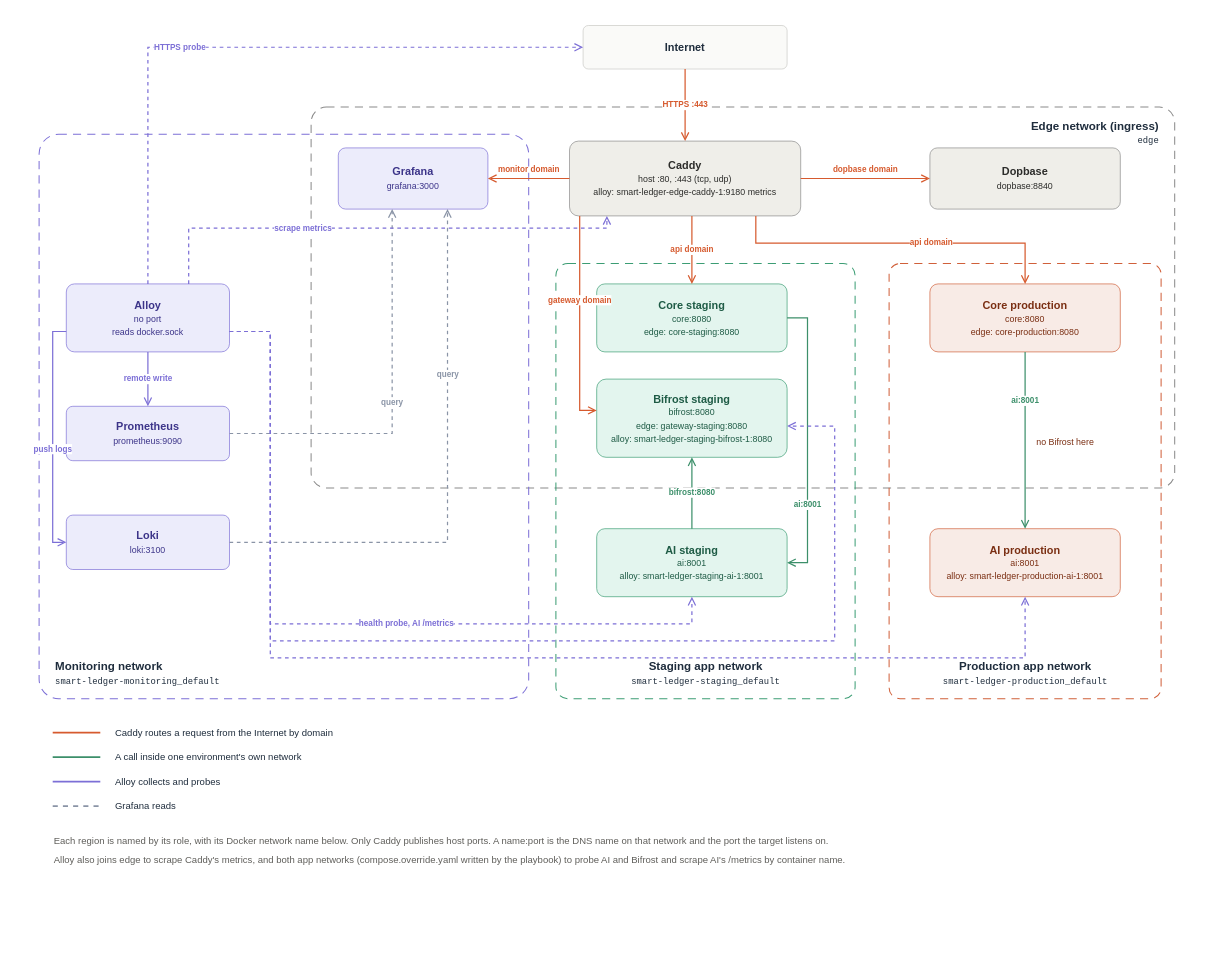
Before: docs/architecture/diagrams/src/vps-network.drawio in miphu2804/smart-ledger, a draw.io diagram. Source tidied: cells renumbered, new cells numbered last; positions are measured from the earlier drawing's top-left corner, leaving out a move shared by most shapes. Both pictures are drawn from the tidied source at 68%, with x=0, y=0 at pixel (12, 12).
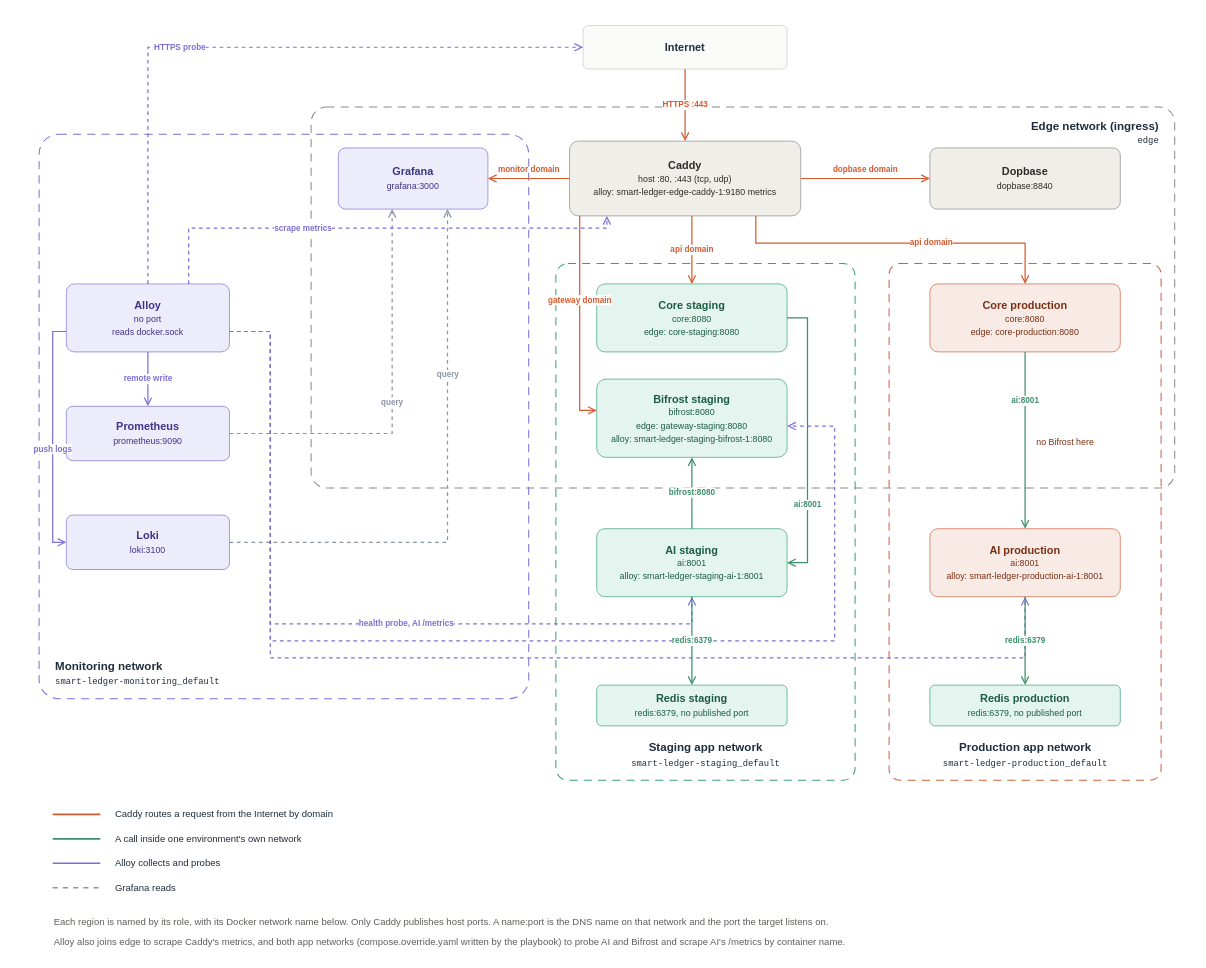
Above is the later version.

Commit message (it also covers changes not shown here):
feat(deploy): run redis in each app stack

The change refers to these unchanged cells:
```xml
<mxCell id="16" value="&lt;b&gt;AI staging&lt;/b&gt;&lt;br&gt;&lt;span style=&quot;font-size:13px;font-weight:normal&quot;&gt;ai:8001&lt;/span&gt;&lt;br&gt;&lt;span style=&quot;font-size:13px;font-weight:normal&quot;&gt;alloy: smart-ledger-staging-ai-1:8001&lt;/span&gt;" style="rounded=1;arcSize=12;html=1;whiteSpace=wrap;fillColor=#e3f5ee;strokeColor=#3c9d74;fontColor=#1e5b45;fontSize=16;" parent="1" vertex="1">
  <mxGeometry x="860" y="760" width="280" height="100" as="geometry" />
</mxCell>
<mxCell id="19" value="&lt;b&gt;AI production&lt;/b&gt;&lt;br&gt;&lt;span style=&quot;font-size:13px;font-weight:normal&quot;&gt;ai:8001&lt;/span&gt;&lt;br&gt;&lt;span style=&quot;font-size:13px;font-weight:normal&quot;&gt;alloy: smart-ledger-production-ai-1:8001&lt;/span&gt;" style="rounded=1;arcSize=12;html=1;whiteSpace=wrap;fillColor=#f8ebe6;strokeColor=#d0603a;fontColor=#7a2e12;fontSize=16;" parent="1" vertex="1">
  <mxGeometry x="1350" y="760" width="280" height="100" as="geometry" />
</mxCell>
```

Change to the diagram source:
```diff
@@
     <mxCell id="2" style="rounded=0;html=1;fillColor=#ffffff;strokeColor=none;" parent="1" vertex="1">
-      <mxGeometry width="1740" height="1270" as="geometry" />
+      <mxGeometry width="1740" height="1390" as="geometry" />
     </mxCell>
@@
     <mxCell id="5" value="Staging app network&lt;br&gt;&lt;span style=&quot;font-size:13px;font-weight:normal;font-family:monospace&quot;&gt;smart-ledger-staging_default&lt;/span&gt;" style="rounded=1;arcSize=4;html=1;dashed=1;dashPattern=8 6;fillColor=none;strokeColor=#3c9d74;strokeWidth=1.5;fontColor=#1f2d3d;fontSize=17;fontStyle=1;verticalAlign=bottom;align=center;spacingLeft=22;spacingRight=22;spacingTop=12;spacingBottom=14;" parent="1" vertex="1">
-      <mxGeometry x="800" y="370" width="440" height="640" as="geometry" />
+      <mxGeometry x="800" y="370" width="440" height="760" as="geometry" />
     </mxCell>
     <mxCell id="6" value="Production app network&lt;br&gt;&lt;span style=&quot;font-size:13px;font-weight:normal;font-family:monospace&quot;&gt;smart-ledger-production_default&lt;/span&gt;" style="rounded=1;arcSize=4;html=1;dashed=1;dashPattern=8 6;fillColor=none;strokeColor=#d0603a;strokeWidth=1.5;fontColor=#1f2d3d;fontSize=17;fontStyle=1;verticalAlign=bottom;align=center;spacingLeft=22;spacingRight=22;spacingTop=12;spacingBottom=14;" parent="1" vertex="1">
-      <mxGeometry x="1290" y="370" width="400" height="640" as="geometry" />
+      <mxGeometry x="1290" y="370" width="400" height="760" as="geometry" />
     </mxCell>
@@
     <mxCell id="38" style="endArrow=none;html=1;strokeColor=#d65a2e;strokeWidth=2.5;" parent="1" edge="1">
       <mxGeometry relative="1" as="geometry">
-        <mxPoint x="60" y="1060" as="sourcePoint" />
-        <mxPoint x="130" y="1060" as="targetPoint" />
+        <mxPoint x="60" y="1180" as="sourcePoint" />
+        <mxPoint x="130" y="1180" as="targetPoint" />
       </mxGeometry>
     </mxCell>
     <mxCell id="39" value="Caddy routes a request from the Internet by domain" style="text;html=1;align=left;verticalAlign=middle;fontColor=#1f2d3d;fontSize=14;" parent="1" vertex="1">
-      <mxGeometry x="150" y="1046" width="500" height="28" as="geometry" />
+      <mxGeometry x="150" y="1166" width="500" height="28" as="geometry" />
     </mxCell>
     <mxCell id="40" style="endArrow=none;html=1;strokeColor=#3c8f6a;strokeWidth=2.5;" parent="1" edge="1">
       <mxGeometry relative="1" as="geometry">
-        <mxPoint x="60" y="1096" as="sourcePoint" />
-        <mxPoint x="130" y="1096" as="targetPoint" />
+        <mxPoint x="60" y="1216" as="sourcePoint" />
+        <mxPoint x="130" y="1216" as="targetPoint" />
       </mxGeometry>
     </mxCell>
     <mxCell id="41" value="A call inside one environment's own network" style="text;html=1;align=left;verticalAlign=middle;fontColor=#1f2d3d;fontSize=14;" parent="1" vertex="1">
-      <mxGeometry x="150" y="1082" width="500" height="28" as="geometry" />
+      <mxGeometry x="150" y="1202" width="500" height="28" as="geometry" />
     </mxCell>
     <mxCell id="42" style="endArrow=none;html=1;strokeColor=#7c6fd6;strokeWidth=2.5;" parent="1" edge="1">
       <mxGeometry relative="1" as="geometry">
-        <mxPoint x="60" y="1132" as="sourcePoint" />
-        <mxPoint x="130" y="1132" as="targetPoint" />
+        <mxPoint x="60" y="1252" as="sourcePoint" />
+        <mxPoint x="130" y="1252" as="targetPoint" />
       </mxGeometry>
     </mxCell>
     <mxCell id="43" value="Alloy collects and probes" style="text;html=1;align=left;verticalAlign=middle;fontColor=#1f2d3d;fontSize=14;" parent="1" vertex="1">
-      <mxGeometry x="150" y="1118" width="500" height="28" as="geometry" />
+      <mxGeometry x="150" y="1238" width="500" height="28" as="geometry" />
     </mxCell>
     <mxCell id="44" style="endArrow=none;html=1;strokeColor=#8a94a6;strokeWidth=2.5;dashed=1;" parent="1" edge="1">
       <mxGeometry relative="1" as="geometry">
-        <mxPoint x="60" y="1168" as="sourcePoint" />
-        <mxPoint x="130" y="1168" as="targetPoint" />
+        <mxPoint x="60" y="1288" as="sourcePoint" />
+        <mxPoint x="130" y="1288" as="targetPoint" />
       </mxGeometry>
     </mxCell>
     <mxCell id="45" value="Grafana reads" style="text;html=1;align=left;verticalAlign=middle;fontColor=#1f2d3d;fontSize=14;" parent="1" vertex="1">
-      <mxGeometry x="150" y="1154" width="500" height="28" as="geometry" />
+      <mxGeometry x="150" y="1274" width="500" height="28" as="geometry" />
     </mxCell>
     <mxCell id="46" value="Each region is named by its role, with its Docker network name below. Only Caddy publishes host ports. A name:port is the DNS name on that network and the port the target listens on." style="text;html=1;align=left;verticalAlign=middle;fontColor=#5f5e5a;fontSize=14;" parent="1" vertex="1">
-      <mxGeometry x="60" y="1205" width="1600" height="28" as="geometry" />
+      <mxGeometry x="60" y="1325" width="1600" height="28" as="geometry" />
     </mxCell>
     <mxCell id="47" value="Alloy also joins edge to scrape Caddy's metrics, and both app networks (compose.override.yaml written by the playbook) to probe AI and Bifrost and scrape AI's /metrics by container name." style="text;html=1;align=left;verticalAlign=middle;fontColor=#5f5e5a;fontSize=14;" parent="1" vertex="1">
-      <mxGeometry x="60" y="1233" width="1600" height="28" as="geometry" />
+      <mxGeometry x="60" y="1353" width="1600" height="28" as="geometry" />
     </mxCell>
+    <mxCell id="48" value="&lt;b&gt;Redis staging&lt;/b&gt;&lt;br&gt;&lt;span style=&quot;font-size:13px;font-weight:normal&quot;&gt;redis:6379, no published port&lt;/span&gt;" style="rounded=1;arcSize=12;html=1;whiteSpace=wrap;fillColor=#e3f5ee;strokeColor=#3c9d74;fontColor=#1e5b45;fontSize=16;" parent="1" vertex="1">
+      <mxGeometry x="860" y="990" width="280" height="60" as="geometry" />
+    </mxCell>
+    <mxCell id="49" value="redis:6379" style="edgeStyle=orthogonalEdgeStyle;rounded=0;html=1;endArrow=open;endSize=9;strokeColor=#3c8f6a;strokeWidth=1.8;fontColor=#3c8f6a;fontSize=12;fontStyle=1;labelBackgroundColor=#ffffff;exitX=0.5;exitY=1;entryX=0.5;entryY=0;" parent="1" edge="1" source="16" target="48">
+      <mxGeometry relative="1" as="geometry" />
+    </mxCell>
+    <mxCell id="50" value="&lt;b&gt;Redis production&lt;/b&gt;&lt;br&gt;&lt;span style=&quot;font-size:13px;font-weight:normal&quot;&gt;redis:6379, no published port&lt;/span&gt;" style="rounded=1;arcSize=12;html=1;whiteSpace=wrap;fillColor=#e3f5ee;strokeColor=#3c9d74;fontColor=#1e5b45;fontSize=16;" parent="1" vertex="1">
+      <mxGeometry x="1350" y="990" width="280" height="60" as="geometry" />
+    </mxCell>
+    <mxCell id="51" value="redis:6379" style="edgeStyle=orthogonalEdgeStyle;rounded=0;html=1;endArrow=open;endSize=9;strokeColor=#3c8f6a;strokeWidth=1.8;fontColor=#3c8f6a;fontSize=12;fontStyle=1;labelBackgroundColor=#ffffff;exitX=0.5;exitY=1;entryX=0.5;entryY=0;" parent="1" edge="1" source="19" target="50">
+      <mxGeometry relative="1" as="geometry" />
+    </mxCell>
```
